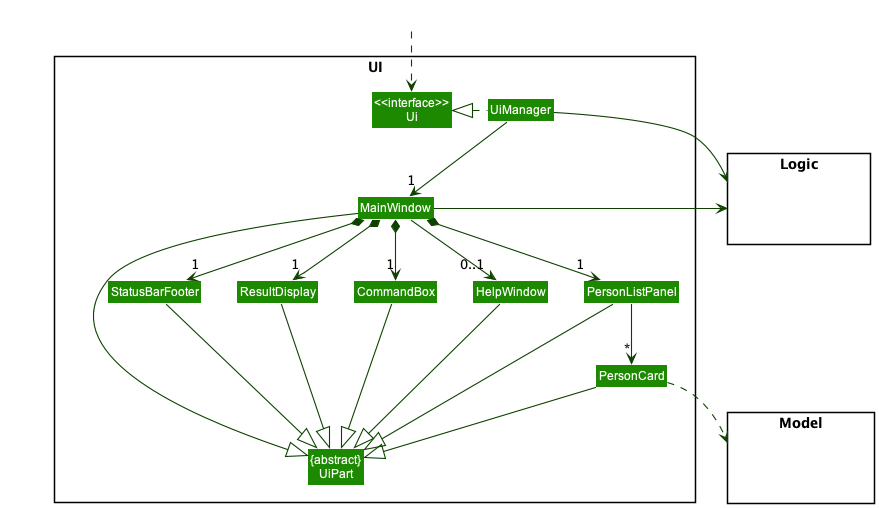
Before: docs/images/UiClassDiagram.png, a diagram exported from PlantUML (nus-cs2103-AY2223S1/tp).
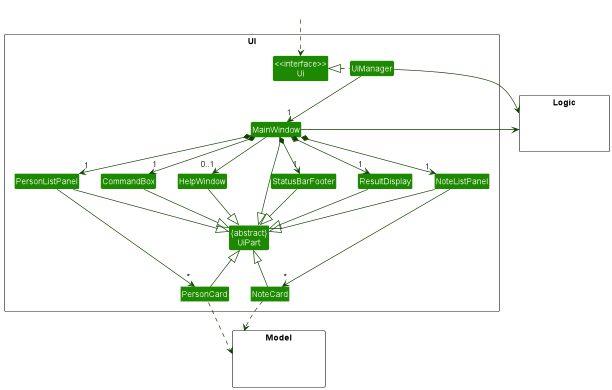
The same diagram one commit later.

Commit message:
Updates UIClassDiagram and Adds EditSequenceDiagram

Change to the diagram source:
```diff
@@ -12,7 +12,9 @@
 Class HelpWindow
 Class ResultDisplay
 Class PersonListPanel
+Class NoteListPanel
 Class PersonCard
+Class NoteCard
 Class StatusBarFooter
 Class CommandBox
 }
@@ -33,21 +35,26 @@
 MainWindow *-down->  "1" CommandBox
 MainWindow *-down-> "1" ResultDisplay
 MainWindow *-down-> "1" PersonListPanel
+MainWindow *-down-> "1" NoteListPanel
 MainWindow *-down-> "1" StatusBarFooter
 MainWindow --> "0..1" HelpWindow
 
 PersonListPanel -down-> "*" PersonCard
+NoteListPanel -down-> "*" NoteCard
 
 MainWindow -left-|> UiPart
 
 ResultDisplay --|> UiPart
 CommandBox --|> UiPart
 PersonListPanel --|> UiPart
-PersonCard --|> UiPart
+NoteListPanel --|> UiPart
+PersonCard --up|> UiPart
+NoteCard --up|> UiPart
 StatusBarFooter --|> UiPart
 HelpWindow --|> UiPart
 
 PersonCard ..> Model
+NoteCard ..> Model
 UiManager -right-> Logic
 MainWindow -left-> Logic
 
```
